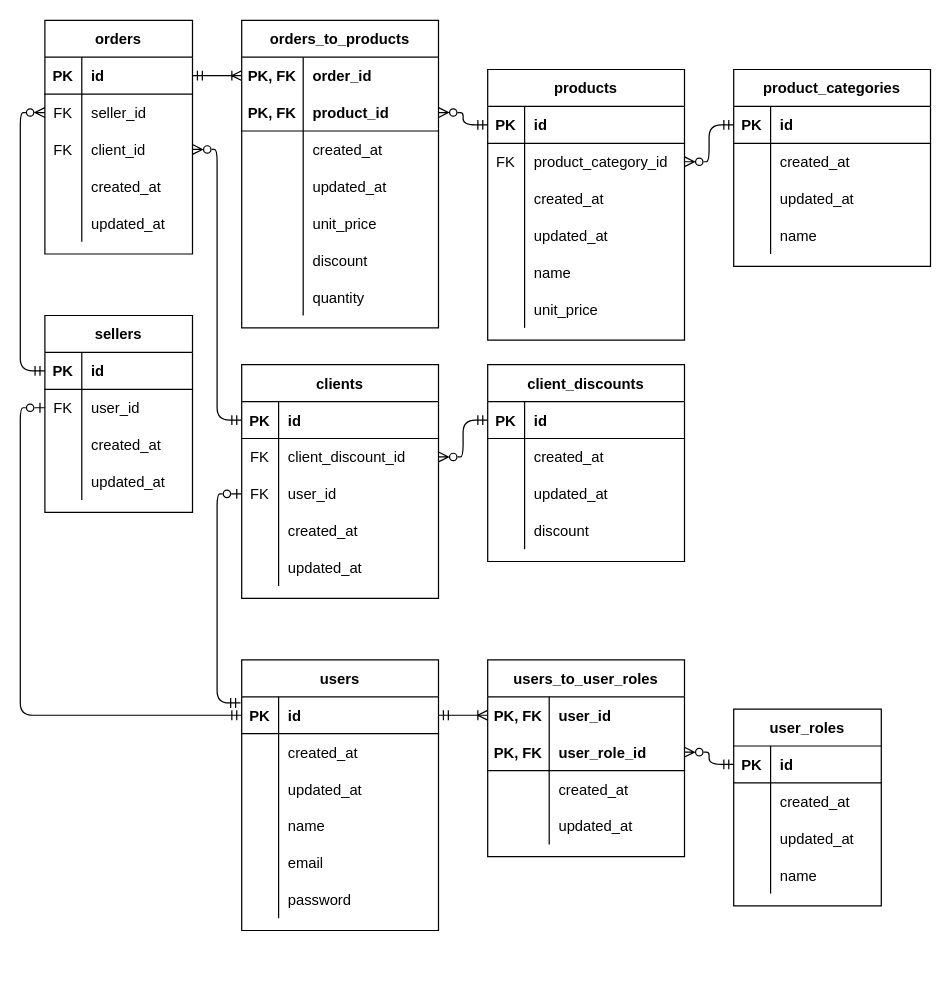
This is lessons/sql/resources/data-modeling.drawio from mario-aran/learn_backend, a draw.io file, before an edit. Source tidied: cells renumbered, new cells numbered last; positions are measured from the earlier drawing's top-left corner, leaving out a move shared by most shapes. Both pictures are drawn from the tidied source at 123%, with x=0, y=0 at pixel (44, 20).
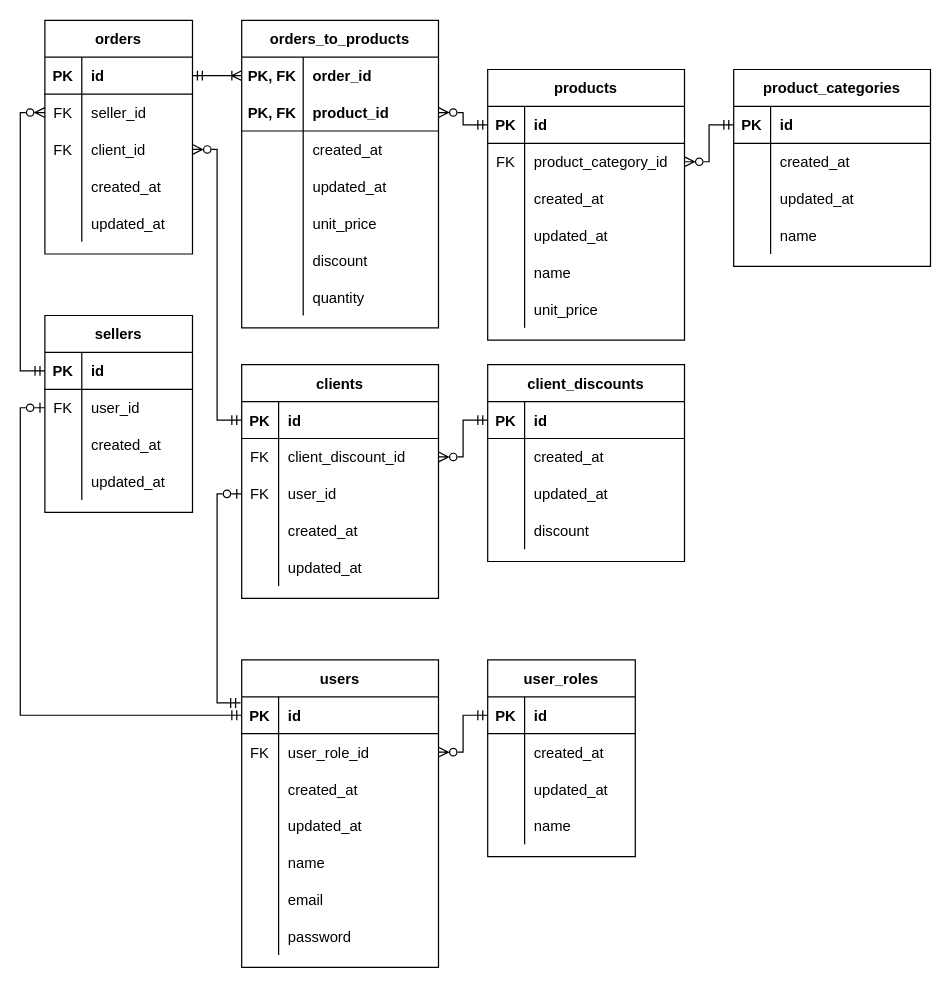
After the change.

Unchanged cells that the change refers to:
```xml
<mxCell id="16" style="shape=partialRectangle;fillColor=none;points=[[0,0.5],[1,0.5]];portConstraint=eastwest;top=0;left=0;right=0;bottom=1;" parent="15" vertex="1">
  <mxGeometry y="30" width="160" height="30" as="geometry" />
</mxCell>
<mxCell id="35" style="shape=partialRectangle;fillColor=none;points=[[0,0.5],[1,0.5]];portConstraint=eastwest;top=0;left=0;right=0;bottom=1;" parent="34" vertex="1">
  <mxGeometry y="30" width="160" height="30" as="geometry" />
</mxCell>
<mxCell id="38" style="shape=partialRectangle;fillColor=none;points=[[0,0.5],[1,0.5]];portConstraint=eastwest;top=0;left=0;right=0;bottom=0;" parent="34" vertex="1">
  <mxGeometry y="60" width="160" height="30" as="geometry" />
</mxCell>
<mxCell id="41" style="shape=partialRectangle;fillColor=none;points=[[0,0.5],[1,0.5]];portConstraint=eastwest;top=0;left=0;right=0;bottom=0;" parent="34" vertex="1">
  <mxGeometry y="90" width="160" height="30" as="geometry" />
</mxCell>
<mxCell id="51" style="shape=partialRectangle;fillColor=none;points=[[0,0.5],[1,0.5]];portConstraint=eastwest;top=0;left=0;right=0;bottom=0;" parent="50" vertex="1">
  <mxGeometry y="30" width="160" height="30" as="geometry" />
</mxCell>
<mxCell id="54" style="shape=partialRectangle;fillColor=none;points=[[0,0.5],[1,0.5]];portConstraint=eastwest;top=0;left=0;right=0;bottom=1;" parent="50" vertex="1">
  <mxGeometry y="60" width="160" height="30" as="geometry" />
</mxCell>
<mxCell id="73" style="shape=partialRectangle;fillColor=none;points=[[0,0.5],[1,0.5]];portConstraint=eastwest;top=0;left=0;right=0;bottom=1;" parent="72" vertex="1">
  <mxGeometry y="30" width="120" height="30" as="geometry" />
</mxCell>
<mxCell id="76" style="shape=partialRectangle;fillColor=none;points=[[0,0.5],[1,0.5]];portConstraint=eastwest;top=0;left=0;right=0;bottom=0;" parent="72" vertex="1">
  <mxGeometry y="60" width="120" height="30" as="geometry" />
</mxCell>
<mxCell id="79" style="shape=partialRectangle;fillColor=none;points=[[0,0.5],[1,0.5]];portConstraint=eastwest;top=0;left=0;right=0;bottom=0;" parent="72" vertex="1">
  <mxGeometry y="90" width="120" height="30" as="geometry" />
</mxCell>
<mxCell id="89" style="shape=partialRectangle;fillColor=none;points=[[0,0.5],[1,0.5]];portConstraint=eastwest;top=0;left=0;right=0;bottom=1;" parent="88" vertex="1">
  <mxGeometry y="30" width="160" height="30" as="geometry" />
</mxCell>
<mxCell id="102" style="shape=partialRectangle;fillColor=none;points=[[0,0.5],[1,0.5]];portConstraint=eastwest;top=0;left=0;right=0;bottom=1;" parent="101" vertex="1">
  <mxGeometry y="30" width="120" height="30" as="geometry" />
</mxCell>
<mxCell id="105" style="shape=partialRectangle;fillColor=none;points=[[0,0.5],[1,0.5]];portConstraint=eastwest;top=0;left=0;right=0;bottom=0;" parent="101" vertex="1">
  <mxGeometry y="60" width="120" height="30" as="geometry" />
</mxCell>
<mxCell id="117" style="shape=partialRectangle;fillColor=none;points=[[0,0.5],[1,0.5]];portConstraint=eastwest;top=0;left=0;right=0;bottom=1;" parent="116" vertex="1">
  <mxGeometry y="30" width="120" height="30" as="geometry" />
</mxCell>
<mxCell id="133" style="shape=partialRectangle;fillColor=none;points=[[0,0.5],[1,0.5]];portConstraint=eastwest;top=0;left=0;right=0;bottom=1;" parent="132" vertex="1">
  <mxGeometry y="30" width="160" height="30" as="geometry" />
</mxCell>
<mxCell id="136" style="shape=partialRectangle;fillColor=none;points=[[0,0.5],[1,0.5]];portConstraint=eastwest;top=0;left=0;right=0;bottom=0;" parent="132" vertex="1">
  <mxGeometry y="60" width="160" height="30" as="geometry" />
</mxCell>
<mxCell id="153" style="shape=partialRectangle;fillColor=none;points=[[0,0.5],[1,0.5]];portConstraint=eastwest;top=0;left=0;right=0;bottom=1;" parent="152" vertex="1">
  <mxGeometry y="30" width="160" height="30" as="geometry" />
</mxCell>
```

What changed in the source:
```diff
@@
-    <mxCell id="2" value="users_to_user_roles" style="shape=table;startSize=30;childLayout=tableLayout;rowLines=0;fontStyle=1;align=center;" parent="1" vertex="1">
-      <mxGeometry x="360" y="520" width="160" height="160" as="geometry" />
-    </mxCell>
-    <mxCell id="3" style="shape=partialRectangle;fillColor=none;points=[[0,0.5],[1,0.5]];portConstraint=eastwest;top=0;left=0;right=0;bottom=0;" parent="2" vertex="1">
-      <mxGeometry y="30" width="160" height="30" as="geometry" />
-    </mxCell>
-    <mxCell id="4" value="PK, FK" style="shape=partialRectangle;overflow=hidden;fillColor=none;top=0;left=0;bottom=0;right=0;fontStyle=1;" parent="3" vertex="1">
-      <mxGeometry width="50" height="30" as="geometry" />
-    </mxCell>
-    <mxCell id="5" value="user_id" style="shape=partialRectangle;overflow=hidden;fillColor=none;top=0;left=0;bottom=0;right=0;align=left;spacingLeft=6;fontStyle=1;" parent="3" vertex="1">
-      <mxGeometry x="50" width="110" height="30" as="geometry" />
-    </mxCell>
-    <mxCell id="6" style="shape=partialRectangle;fillColor=none;points=[[0,0.5],[1,0.5]];portConstraint=eastwest;top=0;left=0;right=0;bottom=0;" parent="2" vertex="1">
-      <mxGeometry y="60" width="160" height="30" as="geometry" />
-    </mxCell>
-    <mxCell id="7" value="PK, FK" style="shape=partialRectangle;overflow=hidden;fillColor=none;top=0;left=0;bottom=1;right=0;fontStyle=1;" parent="6" vertex="1">
-      <mxGeometry width="50" height="30" as="geometry" />
-    </mxCell>
-    <mxCell id="8" value="user_role_id" style="shape=partialRectangle;overflow=hidden;fillColor=none;top=0;left=0;bottom=1;right=0;align=left;spacingLeft=6;fontStyle=1;" parent="6" vertex="1">
-      <mxGeometry x="50" width="110" height="30" as="geometry" />
-    </mxCell>
-    <mxCell id="9" style="shape=partialRectangle;fillColor=none;top=0;left=0;right=0;bottom=0;" parent="2" vertex="1">
-      <mxGeometry y="90" width="160" height="30" as="geometry" />
-    </mxCell>
-    <mxCell id="10" style="shape=partialRectangle;overflow=hidden;fillColor=none;top=0;left=0;bottom=0;right=0;" parent="9" vertex="1">
-      <mxGeometry width="50" height="30" as="geometry" />
-    </mxCell>
-    <mxCell id="11" value="created_at" style="shape=partialRectangle;overflow=hidden;fillColor=none;top=0;left=0;bottom=0;right=0;align=left;spacingLeft=6;fontStyle=0;" parent="9" vertex="1">
-      <mxGeometry x="50" width="110" height="30" as="geometry" />
-    </mxCell>
-    <mxCell id="12" style="shape=partialRectangle;fillColor=none;top=0;left=0;right=0;bottom=0;" parent="2" vertex="1">
-      <mxGeometry y="120" width="160" height="30" as="geometry" />
-    </mxCell>
-    <mxCell id="13" style="shape=partialRectangle;overflow=hidden;fillColor=none;top=0;left=0;bottom=0;right=0;" parent="12" vertex="1">
-      <mxGeometry width="50" height="30" as="geometry" />
-    </mxCell>
-    <mxCell id="14" value="updated_at" style="shape=partialRectangle;overflow=hidden;fillColor=none;top=0;left=0;bottom=0;right=0;align=left;spacingLeft=6;fontStyle=0;" parent="12" vertex="1">
-      <mxGeometry x="50" width="110" height="30" as="geometry" />
-    </mxCell>
     <mxCell id="15" value="users" style="shape=table;startSize=30;childLayout=tableLayout;rowLines=0;fontStyle=1;align=center;" parent="1" vertex="1">
-      <mxGeometry x="160" y="520" width="160" height="220" as="geometry" />
+      <mxGeometry x="160" y="520" width="160" height="250" as="geometry" />
     </mxCell>
@@
+    <mxCell id="6" style="shape=partialRectangle;fillColor=none;points=[[0,0.5],[1,0.5]];portConstraint=eastwest;top=0;left=0;right=0;bottom=0;" parent="15" vertex="1">
+      <mxGeometry y="60" width="160" height="30" as="geometry" />
+    </mxCell>
+    <mxCell id="169" value="FK" style="shape=partialRectangle;overflow=hidden;fillColor=none;top=0;left=0;bottom=0;right=0;" parent="6" vertex="1">
+      <mxGeometry width="30" height="30" as="geometry" />
+    </mxCell>
+    <mxCell id="8" value="user_role_id" style="shape=partialRectangle;overflow=hidden;fillColor=none;top=0;left=0;bottom=0;right=0;align=left;spacingLeft=6;fontStyle=0;" parent="6" vertex="1">
+      <mxGeometry x="30" width="130" height="30" as="geometry" />
+    </mxCell>
     <mxCell id="19" style="shape=partialRectangle;fillColor=none;top=0;left=0;right=0;bottom=0;" parent="15" vertex="1">
-      <mxGeometry y="60" width="160" height="30" as="geometry" />
+      <mxGeometry y="90" width="160" height="30" as="geometry" />
     </mxCell>
@@
     <mxCell id="22" style="shape=partialRectangle;fillColor=none;top=0;left=0;right=0;bottom=0;" parent="15" vertex="1">
-      <mxGeometry y="90" width="160" height="30" as="geometry" />
+      <mxGeometry y="120" width="160" height="30" as="geometry" />
     </mxCell>
@@
     <mxCell id="25" style="shape=partialRectangle;fillColor=none;top=0;left=0;right=0;bottom=0;" parent="15" vertex="1">
-      <mxGeometry y="120" width="160" height="30" as="geometry" />
+      <mxGeometry y="150" width="160" height="30" as="geometry" />
     </mxCell>
@@
     <mxCell id="28" style="shape=partialRectangle;fillColor=none;top=0;left=0;right=0;bottom=0;" parent="15" vertex="1">
-      <mxGeometry y="150" width="160" height="30" as="geometry" />
+      <mxGeometry y="180" width="160" height="30" as="geometry" />
     </mxCell>
@@
     <mxCell id="31" style="shape=partialRectangle;fillColor=none;top=0;left=0;right=0;bottom=0;" parent="15" vertex="1">
-      <mxGeometry y="180" width="160" height="30" as="geometry" />
+      <mxGeometry y="210" width="160" height="30" as="geometry" />
     </mxCell>
@@
-    <mxCell id="114" style="edgeStyle=orthogonalEdgeStyle;rounded=1;jettySize=auto;html=1;curved=0;endArrow=ERzeroToMany;endFill=0;startArrow=ERmandOne;startFill=0;entryX=1;entryY=0.5;entryDx=0;entryDy=0;exitX=0;exitY=0.5;exitDx=0;exitDy=0;" parent="1" edge="1" source="133" target="54">
+    <mxCell id="114" style="edgeStyle=orthogonalEdgeStyle;rounded=0;jettySize=auto;html=1;curved=0;endArrow=ERzeroToMany;endFill=0;startArrow=ERmandOne;startFill=0;entryX=1;entryY=0.5;entryDx=0;entryDy=0;exitX=0;exitY=0.5;exitDx=0;exitDy=0;" parent="1" edge="1" source="133" target="54">
       <mxGeometry relative="1" as="geometry" />
     </mxCell>
-    <mxCell id="115" style="edgeStyle=orthogonalEdgeStyle;rounded=1;jettySize=auto;html=1;exitX=1;exitY=0.5;exitDx=0;exitDy=0;entryX=0;entryY=0.5;entryDx=0;entryDy=0;curved=0;startArrow=ERzeroToMany;startFill=0;endArrow=ERmandOne;endFill=0;" parent="1" edge="1" source="136" target="153">
+    <mxCell id="115" style="edgeStyle=orthogonalEdgeStyle;rounded=0;jettySize=auto;html=1;exitX=1;exitY=0.5;exitDx=0;exitDy=0;entryX=0;entryY=0.5;entryDx=0;entryDy=0;curved=0;startArrow=ERzeroToMany;startFill=0;endArrow=ERmandOne;endFill=0;" parent="1" edge="1" source="136" target="153">
       <mxGeometry relative="1" as="geometry" />
     </mxCell>
     <mxCell id="116" value="user_roles" style="shape=table;startSize=30;childLayout=tableLayout;rowLines=0;fontStyle=1;align=center;" parent="1" vertex="1">
-      <mxGeometry x="560" y="560" width="120" height="160" as="geometry" />
+      <mxGeometry x="360" y="520" width="120" height="160" as="geometry" />
     </mxCell>
@@
-    <mxCell id="129" style="edgeStyle=orthogonalEdgeStyle;rounded=1;jettySize=auto;html=1;exitX=0;exitY=0.5;exitDx=0;exitDy=0;entryX=1;entryY=0.5;entryDx=0;entryDy=0;curved=0;startArrow=ERoneToMany;startFill=0;endArrow=ERmandOne;endFill=0;" parent="1" edge="1" source="51" target="73">
+    <mxCell id="129" style="edgeStyle=orthogonalEdgeStyle;rounded=0;jettySize=auto;html=1;exitX=0;exitY=0.5;exitDx=0;exitDy=0;entryX=1;entryY=0.5;entryDx=0;entryDy=0;curved=0;startArrow=ERoneToMany;startFill=0;endArrow=ERmandOne;endFill=0;" parent="1" edge="1" source="51" target="73">
       <mxGeometry relative="1" as="geometry" />
     </mxCell>
-    <mxCell id="130" style="edgeStyle=orthogonalEdgeStyle;rounded=1;jettySize=auto;html=1;exitX=0;exitY=0.5;exitDx=0;exitDy=0;entryX=1;entryY=0.5;entryDx=0;entryDy=0;curved=0;endArrow=ERzeroToMany;endFill=0;startArrow=ERmandOne;startFill=0;" parent="1" edge="1" source="117" target="6">
-      <mxGeometry relative="1" as="geometry" />
-    </mxCell>
-    <mxCell id="131" style="edgeStyle=orthogonalEdgeStyle;rounded=1;jettySize=auto;html=1;entryX=0;entryY=0.5;entryDx=0;entryDy=0;curved=0;endArrow=ERzeroToMany;endFill=0;startArrow=ERmandOne;startFill=0;exitX=0;exitY=0.5;exitDx=0;exitDy=0;" parent="1" edge="1" source="102" target="76">
+    <mxCell id="131" style="edgeStyle=orthogonalEdgeStyle;rounded=0;jettySize=auto;html=1;entryX=0;entryY=0.5;entryDx=0;entryDy=0;curved=0;endArrow=ERzeroToMany;endFill=0;startArrow=ERmandOne;startFill=0;exitX=0;exitY=0.5;exitDx=0;exitDy=0;" parent="1" edge="1" source="102" target="76">
       <mxGeometry relative="1" as="geometry" />
     </mxCell>
@@
-    <mxCell id="151" style="edgeStyle=orthogonalEdgeStyle;rounded=1;jettySize=auto;html=1;exitX=0;exitY=0.5;exitDx=0;exitDy=0;endArrow=ERmandOne;endFill=0;startArrow=ERzeroToOne;startFill=0;curved=0;entryX=-0.006;entryY=0.167;entryDx=0;entryDy=0;entryPerimeter=0;" parent="1" edge="1" source="41" target="16">
+    <mxCell id="151" style="edgeStyle=orthogonalEdgeStyle;rounded=0;jettySize=auto;html=1;exitX=0;exitY=0.5;exitDx=0;exitDy=0;endArrow=ERmandOne;endFill=0;startArrow=ERzeroToOne;startFill=0;curved=0;entryX=-0.006;entryY=0.167;entryDx=0;entryDy=0;entryPerimeter=0;" parent="1" edge="1" source="41" target="16">
       <mxGeometry relative="1" as="geometry" />
     </mxCell>
@@
-    <mxCell id="165" style="edgeStyle=orthogonalEdgeStyle;rounded=1;jettySize=auto;html=1;entryX=0;entryY=0.5;entryDx=0;entryDy=0;exitX=1;exitY=0.5;exitDx=0;exitDy=0;curved=0;startArrow=ERmandOne;startFill=0;endArrow=ERoneToMany;endFill=0;" parent="1" edge="1" source="16" target="3">
-      <mxGeometry relative="1" as="geometry" />
-    </mxCell>
-    <mxCell id="166" style="edgeStyle=orthogonalEdgeStyle;rounded=1;jettySize=auto;html=1;exitX=0;exitY=0.5;exitDx=0;exitDy=0;entryX=0;entryY=0.5;entryDx=0;entryDy=0;curved=0;endArrow=ERmandOne;endFill=0;startArrow=ERzeroToOne;startFill=0;" parent="1" edge="1" source="105" target="16">
+    <mxCell id="166" style="edgeStyle=orthogonalEdgeStyle;rounded=0;jettySize=auto;html=1;exitX=0;exitY=0.5;exitDx=0;exitDy=0;entryX=0;entryY=0.5;entryDx=0;entryDy=0;curved=0;endArrow=ERmandOne;endFill=0;startArrow=ERzeroToOne;startFill=0;" parent="1" edge="1" source="105" target="16">
       <mxGeometry relative="1" as="geometry" />
     </mxCell>
-    <mxCell id="167" style="edgeStyle=orthogonalEdgeStyle;rounded=1;jettySize=auto;html=1;exitX=1;exitY=0.5;exitDx=0;exitDy=0;entryX=0;entryY=0.5;entryDx=0;entryDy=0;curved=0;endArrow=ERmandOne;endFill=0;startArrow=ERzeroToMany;startFill=0;" parent="1" edge="1" source="38" target="89">
+    <mxCell id="167" style="edgeStyle=orthogonalEdgeStyle;rounded=0;jettySize=auto;html=1;exitX=1;exitY=0.5;exitDx=0;exitDy=0;entryX=0;entryY=0.5;entryDx=0;entryDy=0;curved=0;endArrow=ERmandOne;endFill=0;startArrow=ERzeroToMany;startFill=0;" parent="1" edge="1" source="38" target="89">
       <mxGeometry relative="1" as="geometry" />
     </mxCell>
-    <mxCell id="168" style="edgeStyle=orthogonalEdgeStyle;rounded=1;jettySize=auto;html=1;exitX=1;exitY=0.5;exitDx=0;exitDy=0;entryX=0;entryY=0.5;entryDx=0;entryDy=0;curved=0;endArrow=ERmandOne;endFill=0;startArrow=ERzeroToMany;startFill=0;" parent="1" edge="1" source="79" target="35">
+    <mxCell id="168" style="edgeStyle=orthogonalEdgeStyle;rounded=0;jettySize=auto;html=1;exitX=1;exitY=0.5;exitDx=0;exitDy=0;entryX=0;entryY=0.5;entryDx=0;entryDy=0;curved=0;endArrow=ERmandOne;endFill=0;startArrow=ERzeroToMany;startFill=0;" parent="1" edge="1" source="79" target="35">
       <mxGeometry relative="1" as="geometry" />
     </mxCell>
+    <mxCell id="170" style="edgeStyle=orthogonalEdgeStyle;rounded=0;jettySize=auto;html=1;exitX=1;exitY=0.5;exitDx=0;exitDy=0;entryX=0;entryY=0.5;entryDx=0;entryDy=0;startArrow=ERzeroToMany;startFill=0;endArrow=ERmandOne;endFill=0;" parent="1" edge="1" source="6" target="117">
+      <mxGeometry relative="1" as="geometry" />
+    </mxCell>
```
